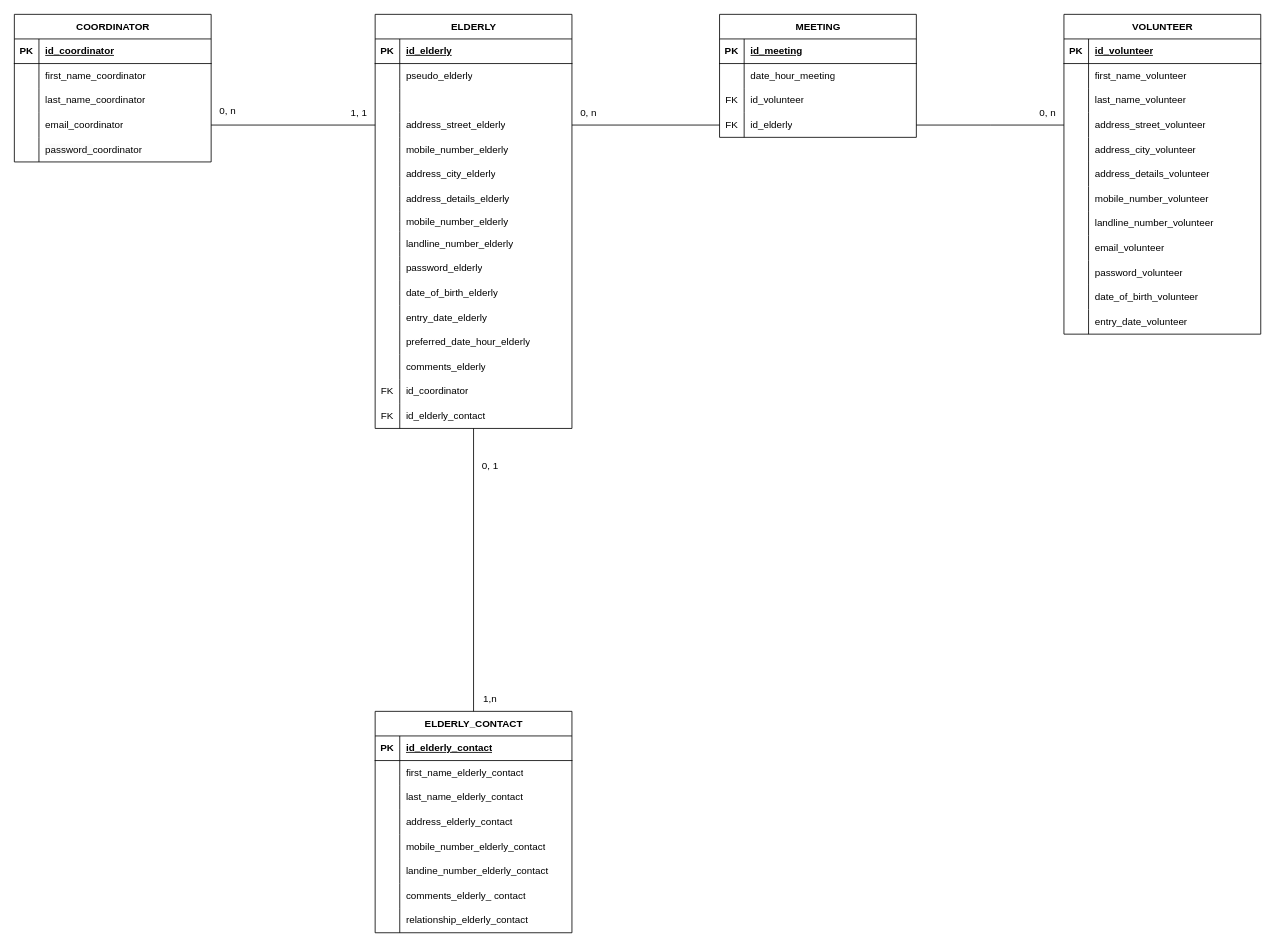
Before: page "MLD_MaE" (2 of 4) of MCD_MaE.drawio in AnneGicquel/MCD_Marche_avec_Eliane, a draw.io diagram. Source tidied: cells renumbered, new cells numbered last; positions are measured from the earlier drawing's top-left corner, leaving out a move shared by most shapes. Both pictures are drawn from the tidied source at 82%, with x=0, y=0 at pixel (14, 14).
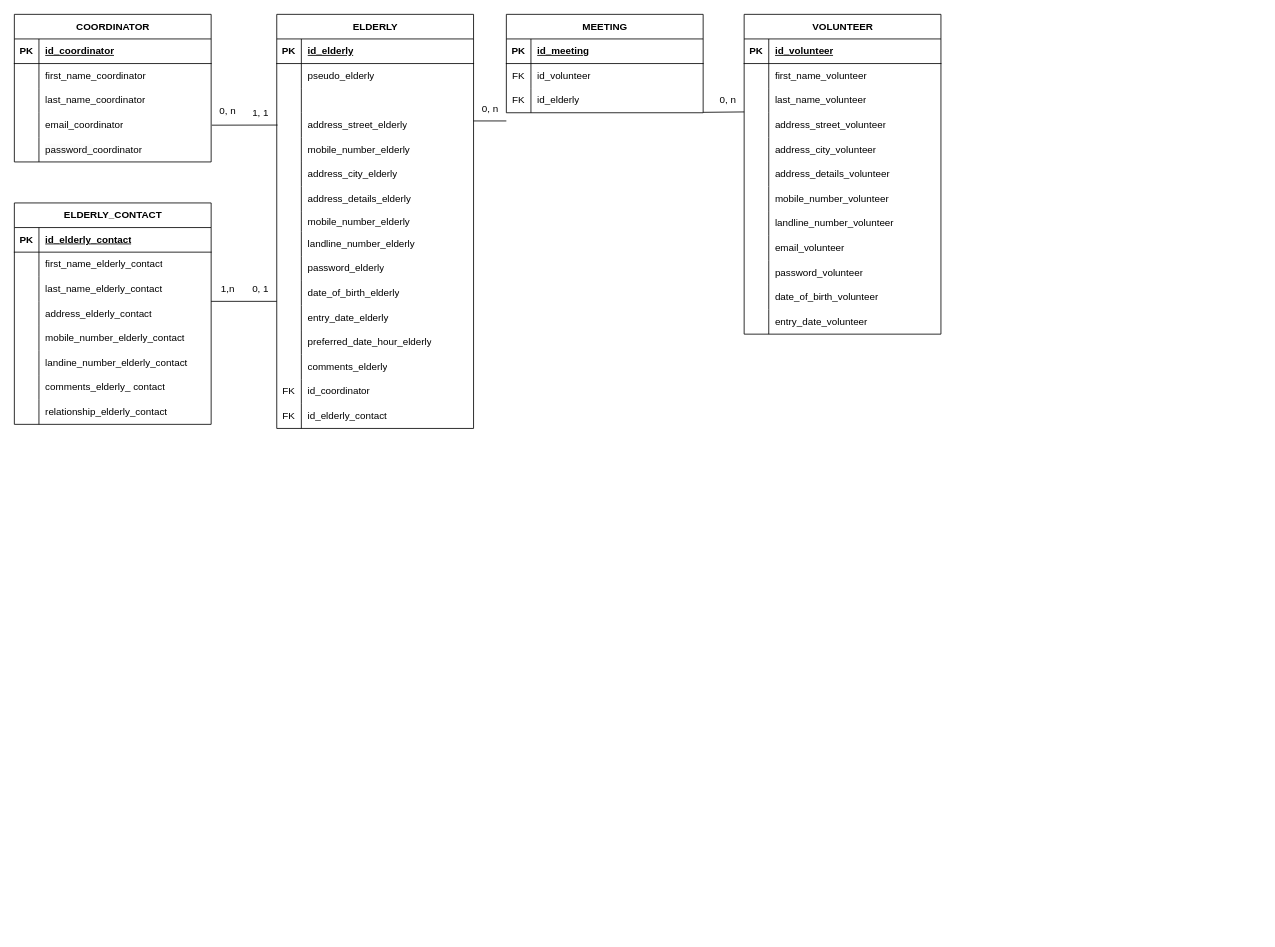
The same page after the edit.

The change refers to these unchanged cells:
```xml
<mxCell id="136" value="0, n" style="text;html=1;align=center;verticalAlign=middle;points=[];strokeColor=none;fillColor=none;" parent="1" vertex="1">
  <mxGeometry x="240" y="103" width="40" height="30" as="geometry" />
</mxCell>
```

Diff of the diagram source:
```diff
@@
     <mxCell id="18" value="ELDERLY" style="shape=table;startSize=30;childLayout=tableLayout;rowLines=0;fontStyle=1;align=center;html=1;" parent="1" vertex="1">
-      <mxGeometry x="440" width="240" height="505" as="geometry" />
+      <mxGeometry x="320" width="240" height="505" as="geometry" />
     </mxCell>
@@
-    <mxCell id="67" style="endArrow=none;html=1;rounded=0;" parent="1" edge="1">
-      <mxGeometry relative="1" as="geometry">
-        <mxPoint x="240" y="135" as="sourcePoint" />
-        <mxPoint x="440" y="135" as="targetPoint" />
-      </mxGeometry>
-    </mxCell>
     <mxCell id="68" value="ELDERLY_CONTACT" style="shape=table;startSize=30;childLayout=tableLayout;rowLines=0;fontStyle=1;align=center;html=1;" parent="1" vertex="1">
-      <mxGeometry x="440" y="850" width="240" height="270" as="geometry" />
+      <mxGeometry y="230" width="240" height="270" as="geometry" />
     </mxCell>
@@
     <mxCell id="93" value="&lt;span style=&quot;text-align: left; text-wrap: wrap;&quot;&gt;VOLUNTEER&lt;/span&gt;" style="shape=table;startSize=30;childLayout=tableLayout;rowLines=0;fontStyle=1;align=center;html=1;" parent="1" vertex="1">
-      <mxGeometry x="1280" width="240" height="390" as="geometry" />
+      <mxGeometry x="890" width="240" height="390" as="geometry" />
     </mxCell>
@@
-    <mxCell id="131" style="endArrow=none;html=1;rounded=0;exitX=0.5;exitY=1;exitDx=0;exitDy=0;entryX=0.5;entryY=0;entryDx=0;entryDy=0;" parent="1" edge="1" source="18" target="68">
-      <mxGeometry relative="1" as="geometry" />
-    </mxCell>
     <mxCell id="132" value="0, 1" style="text;html=1;align=center;verticalAlign=middle;strokeColor=none;fillColor=none;" parent="1" vertex="1">
-      <mxGeometry x="560" y="536" width="40" height="30" as="geometry" />
+      <mxGeometry x="280" y="320" width="40" height="30" as="geometry" />
     </mxCell>
     <mxCell id="133" value="0, n" style="text;html=1;align=center;verticalAlign=middle;strokeColor=none;fillColor=none;" parent="1" vertex="1">
-      <mxGeometry x="680" y="105" width="40" height="30" as="geometry" />
+      <mxGeometry x="560" y="100" width="40" height="30" as="geometry" />
     </mxCell>
     <mxCell id="134" value="0, n" style="text;html=1;align=center;verticalAlign=middle;strokeColor=none;fillColor=none;" parent="1" vertex="1">
-      <mxGeometry x="1240" y="105" width="40" height="30" as="geometry" />
+      <mxGeometry x="850" y="90" width="40" height="30" as="geometry" />
     </mxCell>
     <mxCell id="135" value="1, 1" style="text;html=1;align=center;verticalAlign=middle;strokeColor=none;fillColor=none;" parent="1" vertex="1">
-      <mxGeometry x="400" y="105" width="40" height="30" as="geometry" />
+      <mxGeometry x="280" y="105" width="40" height="30" as="geometry" />
     </mxCell>
@@
     <mxCell id="137" value="1,n" style="text;html=1;align=center;verticalAlign=middle;strokeColor=none;fillColor=none;" parent="1" vertex="1">
-      <mxGeometry x="560" y="820" width="40" height="30" as="geometry" />
+      <mxGeometry x="240" y="320" width="40" height="30" as="geometry" />
     </mxCell>
     <mxCell id="138" style="endArrow=none;html=1;rounded=0;" parent="1" edge="1">
       <mxGeometry relative="1" as="geometry">
-        <mxPoint x="680" y="135" as="sourcePoint" />
-        <mxPoint x="860" y="135" as="targetPoint" />
+        <mxPoint x="560" y="130" as="sourcePoint" />
+        <mxPoint x="600" y="130" as="targetPoint" />
       </mxGeometry>
     </mxCell>
     <mxCell id="139" style="endArrow=none;html=1;rounded=0;" parent="1" edge="1">
       <mxGeometry relative="1" as="geometry">
-        <mxPoint x="1100" y="135" as="sourcePoint" />
-        <mxPoint x="1280" y="135" as="targetPoint" />
-        <Array as="points">
-          <mxPoint x="1190" y="135" />
-        </Array>
+        <mxPoint x="840" y="119.5" as="sourcePoint" />
+        <mxPoint x="890" y="119" as="targetPoint" />
       </mxGeometry>
     </mxCell>
     <mxCell id="140" value="&lt;span style=&quot;text-align: left; text-wrap: wrap;&quot;&gt;MEETING&lt;/span&gt;" style="shape=table;startSize=30;childLayout=tableLayout;rowLines=0;fontStyle=1;align=center;html=1;" parent="1" vertex="1">
-      <mxGeometry x="860" width="240" height="150" as="geometry" />
+      <mxGeometry x="600" width="240" height="120" as="geometry" />
     </mxCell>
@@
-    <mxCell id="144" style="shape=tableRow;horizontal=0;startSize=0;swimlaneHead=0;swimlaneBody=0;fillColor=none;top=0;left=0;right=0;bottom=0;" parent="140" vertex="1">
-      <mxGeometry y="60" width="240" height="30" as="geometry" />
-    </mxCell>
-    <mxCell id="145" style="shape=partialRectangle;fillColor=none;top=0;left=0;bottom=0;right=0;overflow=hidden;whiteSpace=wrap;html=1;" parent="144" vertex="1">
-      <mxGeometry width="30" height="30" as="geometry" />
-    </mxCell>
-    <mxCell id="146" value="date_hour_meeting" style="shape=partialRectangle;fillColor=none;top=0;left=0;bottom=0;right=0;align=left;spacingLeft=6;overflow=hidden;whiteSpace=wrap;html=1;" parent="144" vertex="1">
-      <mxGeometry x="30" width="210" height="30" as="geometry" />
-    </mxCell>
     <mxCell id="147" style="shape=tableRow;horizontal=0;startSize=0;swimlaneHead=0;swimlaneBody=0;fillColor=none;top=0;left=0;right=0;bottom=0;" parent="140" vertex="1">
-      <mxGeometry y="90" width="240" height="30" as="geometry" />
+      <mxGeometry y="60" width="240" height="30" as="geometry" />
     </mxCell>
@@
     <mxCell id="150" style="shape=tableRow;horizontal=0;startSize=0;swimlaneHead=0;swimlaneBody=0;fillColor=none;top=0;left=0;right=0;bottom=0;" parent="140" vertex="1">
-      <mxGeometry y="120" width="240" height="30" as="geometry" />
+      <mxGeometry y="90" width="240" height="30" as="geometry" />
     </mxCell>
@@
+    <mxCell id="153" style="endArrow=none;html=1;rounded=0;entryX=1.015;entryY=1.083;entryDx=0;entryDy=0;entryPerimeter=0;exitX=0.021;exitY=1.072;exitDx=0;exitDy=0;exitPerimeter=0;" parent="1" edge="1" source="136">
+      <mxGeometry relative="1" as="geometry">
+        <mxPoint x="321" y="135" as="targetPoint" />
+      </mxGeometry>
+    </mxCell>
+    <mxCell id="154" style="endArrow=none;html=1;rounded=0;entryX=1.015;entryY=1.083;entryDx=0;entryDy=0;entryPerimeter=0;exitX=0.021;exitY=1.072;exitDx=0;exitDy=0;exitPerimeter=0;" parent="1" edge="1">
+      <mxGeometry relative="1" as="geometry">
+        <mxPoint x="240" y="350" as="sourcePoint" />
+        <mxPoint x="320" y="350" as="targetPoint" />
+      </mxGeometry>
+    </mxCell>
```
